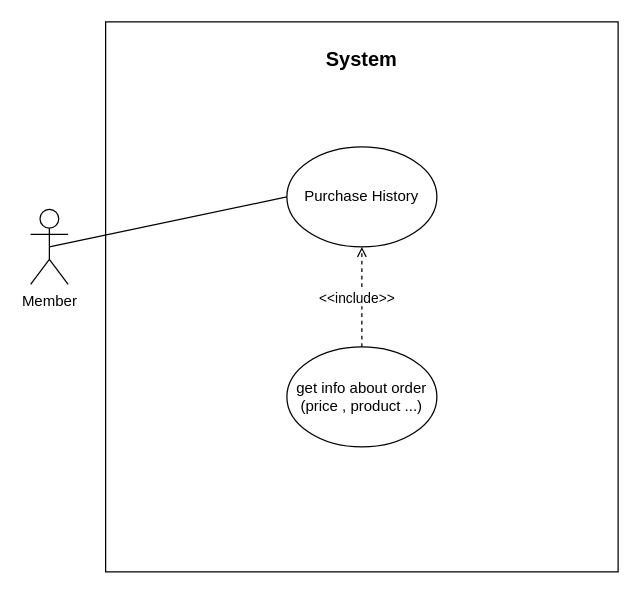
Earlier version of the draw.io diagram use cases/use case 3.7.drawio (LevyIfta/Team-19B-Project). Source tidied: cells renumbered, new cells numbered last; positions are measured from the earlier drawing's top-left corner, leaving out a move shared by most shapes. Both pictures are drawn from the tidied source at 125%, with x=0, y=0 at pixel (30, 21).
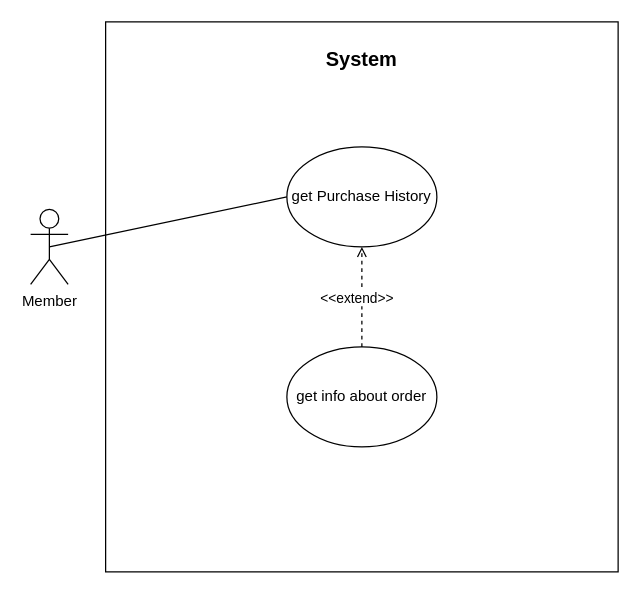
After the change.

Commit message (it also covers changes not shown here):
final use case

The edit, as a diff of the source:
```diff
@@
 <mxGraphModel>
   <root>
     <mxCell id="0" />
     <mxCell id="1" parent="0" />
     <mxCell id="2" style="rounded=0;whiteSpace=wrap;html=1;" parent="1" vertex="1">
       <mxGeometry x="60" width="410" height="440" as="geometry" />
     </mxCell>
     <mxCell id="3" value="&lt;font size=&quot;3&quot;&gt;&lt;b&gt;System&lt;/b&gt;&lt;/font&gt;" style="text;html=1;strokeColor=none;fillColor=none;align=center;verticalAlign=middle;whiteSpace=wrap;rounded=0;" parent="1" vertex="1">
       <mxGeometry x="245" y="20" width="40" height="20" as="geometry" />
     </mxCell>
     <mxCell id="4" value="Member" style="shape=umlActor;verticalLabelPosition=bottom;verticalAlign=top;html=1;outlineConnect=0;" parent="1" vertex="1">
       <mxGeometry y="150" width="30" height="60" as="geometry" />
     </mxCell>
-    <mxCell id="5" value="Purchase History" style="ellipse;whiteSpace=wrap;html=1;" parent="1" vertex="1">
+    <mxCell id="5" value="get Purchase History" style="ellipse;whiteSpace=wrap;html=1;" parent="1" vertex="1">
       <mxGeometry x="205" y="100" width="120" height="80" as="geometry" />
     </mxCell>
     <mxCell id="6" style="endArrow=none;html=1;strokeWidth=1;exitX=0.5;exitY=0.5;exitDx=0;exitDy=0;exitPerimeter=0;entryX=0;entryY=0.5;entryDx=0;entryDy=0;" parent="1" edge="1" source="4" target="5">
       <mxGeometry relative="1" as="geometry" />
     </mxCell>
-    <mxCell id="7" value="get info about order (price , product ...)" style="ellipse;whiteSpace=wrap;html=1;" parent="1" vertex="1">
+    <mxCell id="7" value="get info about order" style="ellipse;whiteSpace=wrap;html=1;" parent="1" vertex="1">
       <mxGeometry x="205" y="260" width="120" height="80" as="geometry" />
     </mxCell>
     <mxCell id="8" style="endArrow=open;dashed=1;html=1;strokeWidth=1;entryX=0.5;entryY=1;entryDx=0;entryDy=0;exitX=0.5;exitY=0;exitDx=0;exitDy=0;endFill=0;" parent="1" edge="1" source="7" target="5">
       <mxGeometry relative="1" as="geometry" />
     </mxCell>
-    <mxCell id="9" value="&amp;lt;&amp;lt;include&amp;gt;&amp;gt;" style="edgeLabel;html=1;align=center;verticalAlign=middle;" parent="8" vertex="1">
+    <mxCell id="9" value="&amp;lt;&amp;lt;extend&amp;gt;&amp;gt;" style="edgeLabel;html=1;align=center;verticalAlign=middle;" parent="8" vertex="1">
       <mxGeometry x="-0.4" y="-4" relative="1" as="geometry">
         <mxPoint x="-9" y="-16" as="offset" />
       </mxGeometry>
     </mxCell>
   </root>
 </mxGraphModel>
```
